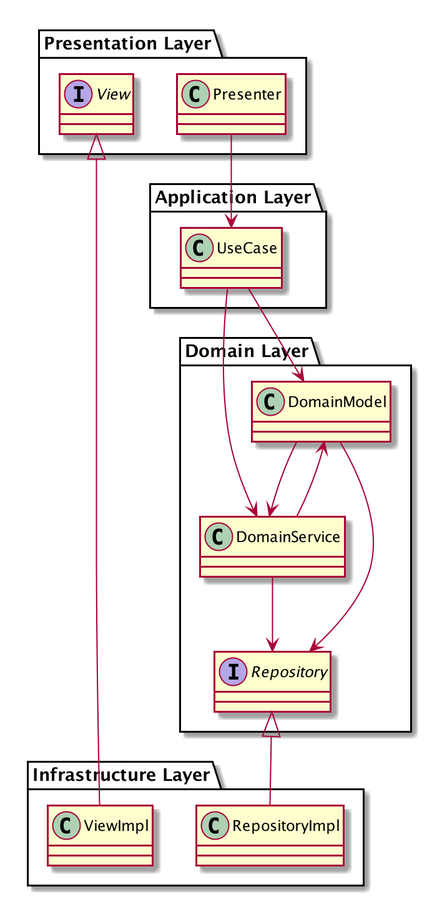
Before: src/assets/layered_architecture.png, a diagram exported from PlantUML (yewton/kanpro). Its diagram source:
```plantuml
@startuml
package "Presentation Layer" {
    interface View
    class Presenter
}

package "Application Layer" {
    class UseCase
}

package "Domain Layer" {
    class DomainModel
    class DomainService
    interface Repository
}

package "Infrastructure Layer" {
    class ViewImpl
    class RepositoryImpl
}


View <|-- ViewImpl
Repository <|-- RepositoryImpl

Presenter --> UseCase

UseCase --> DomainModel
UseCase --> DomainService

DomainService --> Repository
DomainModel --> Repository
DomainService --> DomainModel
DomainModel --> DomainService

@enduml
```
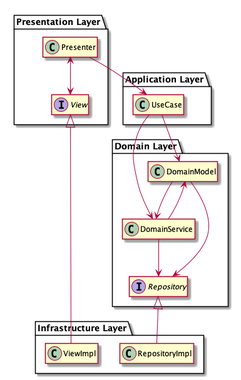
The same file after the commit.

What changed in the source:
```diff
@@ -1,4 +1,6 @@
 @startuml
+hide empty members
+
 package "Presentation Layer" {
     interface View
     class Presenter
@@ -19,6 +21,7 @@
     class RepositoryImpl
 }
 
+Presenter <--> View
 
 View <|-- ViewImpl
 Repository <|-- RepositoryImpl
```
